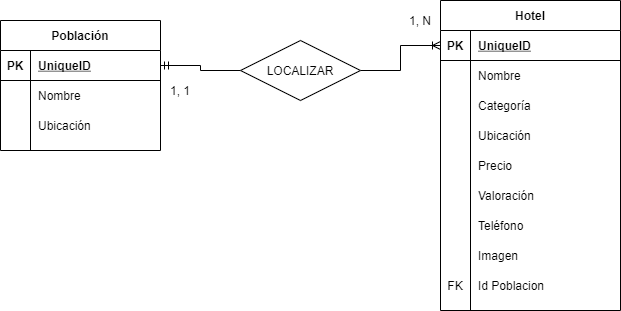
Before: BBDD/Entidad Relación.png, a diagram exported from draw.io (FGomis/ProyectoEquipo4). Source tidied: cells renumbered, new cells last; positions are measured from the earlier drawing's top-left corner, leaving out a move shared by most shapes.
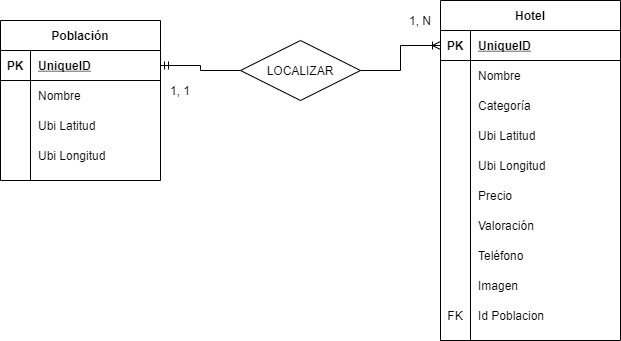
After the change.

The edit, as a diff of the source:
```diff
@@ -3,7 +3,7 @@
     <mxCell id="0" />
     <mxCell id="1" parent="0" />
     <mxCell id="2" value="Población" style="shape=table;startSize=30;rowLines=0;fontStyle=1;align=center;" parent="1" vertex="1">
-      <mxGeometry y="20" width="160" height="130" as="geometry" />
+      <mxGeometry y="20" width="160" height="160" as="geometry" />
     </mxCell>
     <mxCell id="3" style="shape=partialRectangle;fillColor=none;top=0;left=0;bottom=1;right=0;points=[[0,0.5],[1,0.5]];portConstraint=eastwest;" parent="2" vertex="1">
       <mxGeometry y="30" width="160" height="30" as="geometry" />
@@ -29,11 +29,20 @@
     <mxCell id="10" style="shape=partialRectangle;fillColor=none;top=0;left=0;bottom=0;right=0;overflow=hidden;" parent="9" vertex="1">
       <mxGeometry width="30" height="30" as="geometry" />
     </mxCell>
-    <mxCell id="11" value="Ubicación" style="shape=partialRectangle;fillColor=none;top=0;left=0;bottom=0;right=0;align=left;spacingLeft=6;overflow=hidden;" parent="9" vertex="1">
+    <mxCell id="11" value="Ubi Latitud" style="shape=partialRectangle;fillColor=none;top=0;left=0;bottom=0;right=0;align=left;spacingLeft=6;overflow=hidden;" parent="9" vertex="1">
       <mxGeometry x="30" width="130" height="30" as="geometry" />
     </mxCell>
+    <mxCell id="45" style="shape=partialRectangle;fillColor=none;top=0;left=0;bottom=0;right=0;" parent="2" vertex="1">
+      <mxGeometry y="120" width="160" height="30" as="geometry" />
+    </mxCell>
+    <mxCell id="46" style="shape=partialRectangle;fillColor=none;top=0;left=0;bottom=0;right=0;overflow=hidden;" parent="45" vertex="1">
+      <mxGeometry width="30" height="30" as="geometry" />
+    </mxCell>
+    <mxCell id="47" value="Ubi Longitud" style="shape=partialRectangle;fillColor=none;top=0;left=0;bottom=0;right=0;align=left;spacingLeft=6;overflow=hidden;" parent="45" vertex="1">
+      <mxGeometry x="30" width="130" height="30" as="geometry" />
+    </mxCell>
     <mxCell id="12" value="Hotel" style="shape=table;startSize=30;rowLines=0;fontStyle=1;align=center;" parent="1" vertex="1">
-      <mxGeometry x="440" width="180" height="310" as="geometry" />
+      <mxGeometry x="440" width="180" height="340" as="geometry" />
     </mxCell>
     <mxCell id="13" style="shape=partialRectangle;fillColor=none;top=0;left=0;bottom=1;right=0;points=[[0,0.5],[1,0.5]];portConstraint=eastwest;" parent="12" vertex="1">
       <mxGeometry y="30" width="180" height="30" as="geometry" />
@@ -68,11 +77,20 @@
     <mxCell id="23" style="shape=partialRectangle;fillColor=none;top=0;left=0;bottom=0;right=0;overflow=hidden;" parent="22" vertex="1">
       <mxGeometry width="30" height="30" as="geometry" />
     </mxCell>
-    <mxCell id="24" value="Ubicación" style="shape=partialRectangle;fillColor=none;top=0;left=0;bottom=0;right=0;align=left;spacingLeft=6;overflow=hidden;" parent="22" vertex="1">
+    <mxCell id="24" value="Ubi Latitud" style="shape=partialRectangle;fillColor=none;top=0;left=0;bottom=0;right=0;align=left;spacingLeft=6;overflow=hidden;" parent="22" vertex="1">
       <mxGeometry x="30" width="150" height="30" as="geometry" />
     </mxCell>
+    <mxCell id="48" style="shape=partialRectangle;fillColor=none;top=0;left=0;bottom=0;right=0;" parent="12" vertex="1">
+      <mxGeometry y="150" width="180" height="30" as="geometry" />
+    </mxCell>
+    <mxCell id="49" style="shape=partialRectangle;fillColor=none;top=0;left=0;bottom=0;right=0;overflow=hidden;" parent="48" vertex="1">
+      <mxGeometry width="30" height="30" as="geometry" />
+    </mxCell>
+    <mxCell id="50" value="Ubi Longitud" style="shape=partialRectangle;fillColor=none;top=0;left=0;bottom=0;right=0;align=left;spacingLeft=6;overflow=hidden;" parent="48" vertex="1">
+      <mxGeometry x="30" width="150" height="30" as="geometry" />
+    </mxCell>
     <mxCell id="25" style="shape=partialRectangle;fillColor=none;top=0;left=0;bottom=0;right=0;" parent="12" vertex="1">
-      <mxGeometry y="150" width="180" height="30" as="geometry" />
+      <mxGeometry y="180" width="180" height="30" as="geometry" />
     </mxCell>
     <mxCell id="26" style="shape=partialRectangle;fillColor=none;top=0;left=0;bottom=0;right=0;overflow=hidden;" parent="25" vertex="1">
       <mxGeometry width="30" height="30" as="geometry" />
@@ -81,7 +99,7 @@
       <mxGeometry x="30" width="150" height="30" as="geometry" />
     </mxCell>
     <mxCell id="28" style="shape=partialRectangle;fillColor=none;top=0;left=0;bottom=0;right=0;" parent="12" vertex="1">
-      <mxGeometry y="180" width="180" height="30" as="geometry" />
+      <mxGeometry y="210" width="180" height="30" as="geometry" />
     </mxCell>
     <mxCell id="29" style="shape=partialRectangle;fillColor=none;top=0;left=0;bottom=0;right=0;overflow=hidden;" parent="28" vertex="1">
       <mxGeometry width="30" height="30" as="geometry" />
@@ -90,7 +108,7 @@
       <mxGeometry x="30" width="150" height="30" as="geometry" />
     </mxCell>
     <mxCell id="31" style="shape=partialRectangle;fillColor=none;top=0;left=0;bottom=0;right=0;" parent="12" vertex="1">
-      <mxGeometry y="210" width="180" height="30" as="geometry" />
+      <mxGeometry y="240" width="180" height="30" as="geometry" />
     </mxCell>
     <mxCell id="32" style="shape=partialRectangle;fillColor=none;top=0;left=0;bottom=0;right=0;overflow=hidden;" parent="31" vertex="1">
       <mxGeometry width="30" height="30" as="geometry" />
@@ -99,7 +117,7 @@
       <mxGeometry x="30" width="150" height="30" as="geometry" />
     </mxCell>
     <mxCell id="34" style="shape=partialRectangle;fillColor=none;top=0;left=0;bottom=0;right=0;" parent="12" vertex="1">
-      <mxGeometry y="240" width="180" height="30" as="geometry" />
+      <mxGeometry y="270" width="180" height="30" as="geometry" />
     </mxCell>
     <mxCell id="35" style="shape=partialRectangle;fillColor=none;top=0;left=0;bottom=0;right=0;overflow=hidden;" parent="34" vertex="1">
       <mxGeometry width="30" height="30" as="geometry" />
@@ -108,7 +126,7 @@
       <mxGeometry x="30" width="150" height="30" as="geometry" />
     </mxCell>
     <mxCell id="37" style="shape=partialRectangle;fillColor=none;top=0;left=0;bottom=0;right=0;" parent="12" vertex="1">
-      <mxGeometry y="270" width="180" height="30" as="geometry" />
+      <mxGeometry y="300" width="180" height="30" as="geometry" />
     </mxCell>
     <mxCell id="38" value="FK" style="shape=partialRectangle;fillColor=none;top=0;left=0;bottom=0;right=0;fontStyle=0;overflow=hidden;" parent="37" vertex="1">
       <mxGeometry width="30" height="30" as="geometry" />
```
